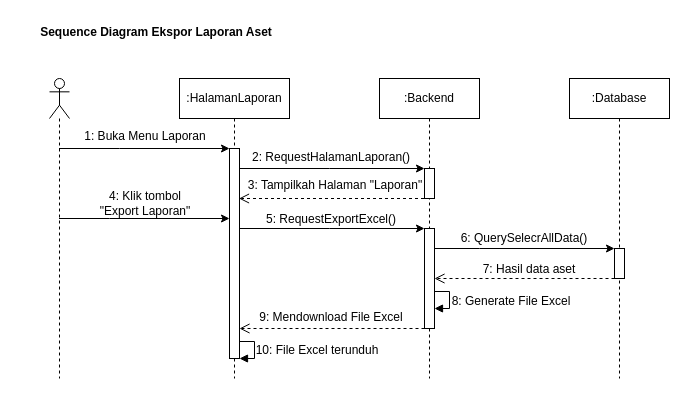
Before: Sequence Diagram Ekspor Laporan Aset.drawio in bintangkharisma22/CRUD-Firebase, a draw.io diagram. Source tidied: cells renumbered, new cells numbered last; positions are measured from the earlier drawing's top-left corner, leaving out a move shared by most shapes. Both pictures are drawn from the tidied source at 100%, with x=0, y=0 at pixel (31, 17).
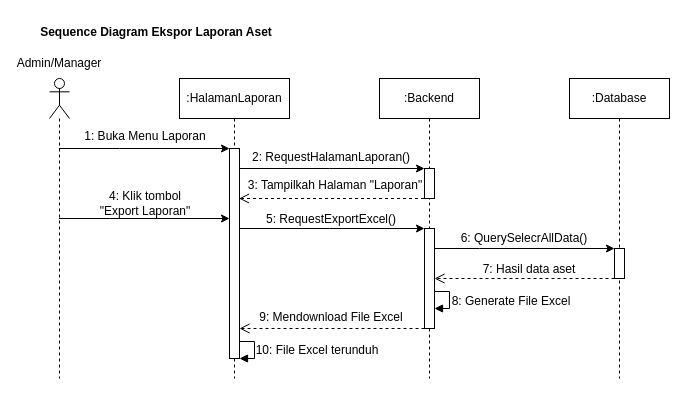
Above is the later version.

The edit, as a diff of the source:
```diff
@@
+    <mxCell id="31" value="Admin/Manager" style="text;html=1;whiteSpace=wrap;strokeColor=none;fillColor=none;align=center;verticalAlign=middle;rounded=0;" parent="1" vertex="1">
+      <mxGeometry x="-2" y="31" width="60" height="30" as="geometry" />
+    </mxCell>
```
